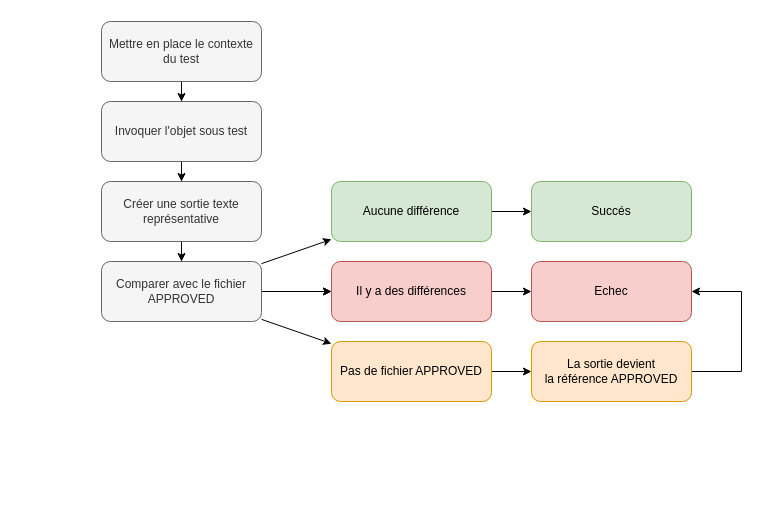
This is page "approval" (8 of 8) of drawio/testability.drawio from Envol2023/refactoring, a draw.io file, before an edit. Source tidied: cells renumbered, new cells numbered last; positions are measured from the earlier drawing's top-left corner, leaving out a move shared by most shapes. Both pictures are drawn from the tidied source at 100%, with x=0, y=0 at pixel (101, 21).
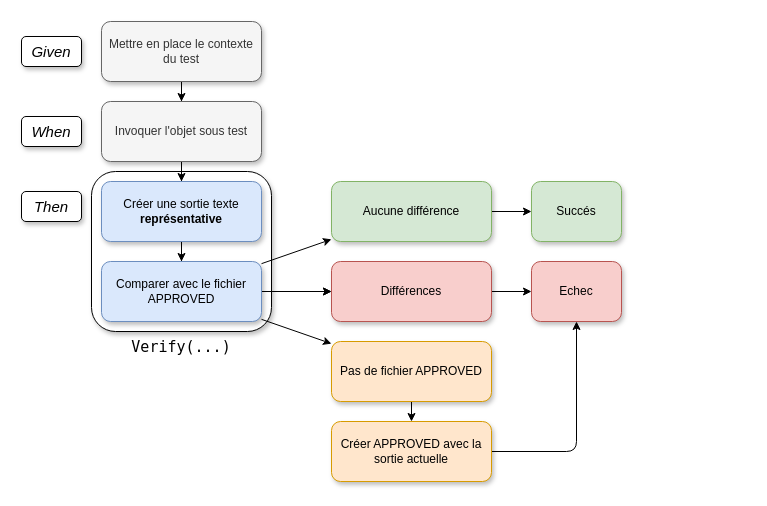
The same diagram, later.

Diff of the diagram source:
```diff
@@
+    <mxCell id="23" value="Verify(...)" style="rounded=1;whiteSpace=wrap;html=1;strokeColor=default;fontFamily=Lucida Console;fontSize=15;fillColor=default;labelPosition=center;verticalLabelPosition=bottom;align=center;verticalAlign=top;shadow=1;" parent="1" vertex="1">
+      <mxGeometry x="-10" y="150" width="180" height="160" as="geometry" />
+    </mxCell>
@@
-    <mxCell id="3" value="Mettre en place le contexte du test" style="rounded=1;whiteSpace=wrap;html=1;fillColor=#f5f5f5;strokeColor=#666666;fontColor=#333333;" parent="1" vertex="1">
+    <mxCell id="3" value="Mettre en place le contexte du test" style="rounded=1;whiteSpace=wrap;html=1;fillColor=#f5f5f5;strokeColor=#666666;fontColor=#333333;shadow=1;" parent="1" vertex="1">
       <mxGeometry width="160" height="60" as="geometry" />
     </mxCell>
@@
-    <mxCell id="5" value="Invoquer l'objet sous test" style="rounded=1;whiteSpace=wrap;html=1;fillColor=#f5f5f5;strokeColor=#666666;fontColor=#333333;" parent="1" vertex="1">
+    <mxCell id="5" value="Invoquer l'objet sous test" style="rounded=1;whiteSpace=wrap;html=1;fillColor=#f5f5f5;strokeColor=#666666;fontColor=#333333;shadow=1;" parent="1" vertex="1">
       <mxGeometry y="80" width="160" height="60" as="geometry" />
     </mxCell>
@@
-    <mxCell id="7" value="Créer une sortie texte représentative" style="rounded=1;whiteSpace=wrap;html=1;fillColor=#f5f5f5;strokeColor=#666666;fontColor=#333333;" parent="1" vertex="1">
+    <mxCell id="7" value="Créer une sortie texte &lt;b&gt;représentative&lt;/b&gt;" style="rounded=1;whiteSpace=wrap;html=1;fillColor=#dae8fc;strokeColor=#6c8ebf;shadow=1;" parent="1" vertex="1">
       <mxGeometry y="160" width="160" height="60" as="geometry" />
     </mxCell>
@@
-    <mxCell id="12" value="Comparer avec le fichier APPROVED" style="rounded=1;whiteSpace=wrap;html=1;fillColor=#f5f5f5;strokeColor=#666666;fontColor=#333333;" parent="1" vertex="1">
+    <mxCell id="12" value="Comparer avec le fichier APPROVED" style="rounded=1;whiteSpace=wrap;html=1;fillColor=#dae8fc;strokeColor=#6c8ebf;shadow=1;" parent="1" vertex="1">
       <mxGeometry y="240" width="160" height="60" as="geometry" />
     </mxCell>
-    <mxCell id="13" style="edgeStyle=none;rounded=0;jettySize=auto;html=1;exitX=1;exitY=0.5;exitDx=0;exitDy=0;" parent="1" edge="1" source="20" target="17">
+    <mxCell id="13" style="edgeStyle=none;rounded=0;jettySize=auto;html=1;" parent="1" edge="1" source="20" target="17">
       <mxGeometry relative="1" as="geometry" />
     </mxCell>
-    <mxCell id="14" value="Echec" style="rounded=1;whiteSpace=wrap;html=1;fillColor=#f8cecc;strokeColor=#b85450;" parent="1" vertex="1">
-      <mxGeometry x="430" y="240" width="160" height="60" as="geometry" />
+    <mxCell id="14" value="Echec" style="rounded=1;whiteSpace=wrap;html=1;fillColor=#f8cecc;strokeColor=#b85450;shadow=1;" parent="1" vertex="1">
+      <mxGeometry x="430" y="240" width="90" height="60" as="geometry" />
     </mxCell>
-    <mxCell id="15" value="Succés" style="rounded=1;whiteSpace=wrap;html=1;fillColor=#d5e8d4;strokeColor=#82b366;" parent="1" vertex="1">
-      <mxGeometry x="430" y="160" width="160" height="60" as="geometry" />
+    <mxCell id="15" value="Succés" style="rounded=1;whiteSpace=wrap;html=1;fillColor=#d5e8d4;strokeColor=#82b366;shadow=1;" parent="1" vertex="1">
+      <mxGeometry x="430" y="160" width="90" height="60" as="geometry" />
     </mxCell>
-    <mxCell id="16" style="edgeStyle=none;rounded=0;jettySize=auto;html=1;" parent="1" edge="1" source="17" target="14">
-      <mxGeometry relative="1" as="geometry">
-        <Array as="points">
-          <mxPoint x="640" y="350" />
-          <mxPoint x="640" y="270" />
-        </Array>
-      </mxGeometry>
+    <mxCell id="16" style="edgeStyle=orthogonalEdgeStyle;rounded=1;jettySize=auto;html=1;fontFamily=Lucida Console;fontSize=15;" parent="1" edge="1" source="17" target="14">
+      <mxGeometry relative="1" as="geometry" />
     </mxCell>
-    <mxCell id="17" value="La sortie devient &lt;br&gt;la référence APPROVED" style="rounded=1;whiteSpace=wrap;html=1;fillColor=#ffe6cc;strokeColor=#d79b00;" parent="1" vertex="1">
-      <mxGeometry x="430" y="320" width="160" height="60" as="geometry" />
+    <mxCell id="17" value="Créer APPROVED avec la sortie actuelle" style="rounded=1;whiteSpace=wrap;html=1;fillColor=#ffe6cc;strokeColor=#d79b00;shadow=1;" parent="1" vertex="1">
+      <mxGeometry x="230" y="400" width="160" height="60" as="geometry" />
     </mxCell>
@@
-    <mxCell id="19" value="Il y a des différences" style="rounded=1;whiteSpace=wrap;html=1;fillColor=#f8cecc;strokeColor=#b85450;" parent="1" vertex="1">
+    <mxCell id="19" value="Différences" style="rounded=1;whiteSpace=wrap;html=1;fillColor=#f8cecc;strokeColor=#b85450;shadow=1;" parent="1" vertex="1">
       <mxGeometry x="230" y="240" width="160" height="60" as="geometry" />
     </mxCell>
-    <mxCell id="20" value="Pas de fichier APPROVED" style="rounded=1;whiteSpace=wrap;html=1;fillColor=#ffe6cc;strokeColor=#d79b00;" parent="1" vertex="1">
+    <mxCell id="20" value="Pas de fichier APPROVED" style="rounded=1;whiteSpace=wrap;html=1;fillColor=#ffe6cc;strokeColor=#d79b00;shadow=1;" parent="1" vertex="1">
       <mxGeometry x="230" y="320" width="160" height="60" as="geometry" />
     </mxCell>
@@
-    <mxCell id="22" value="Aucune différence" style="rounded=1;whiteSpace=wrap;html=1;fillColor=#d5e8d4;strokeColor=#82b366;" parent="1" vertex="1">
+    <mxCell id="22" value="Aucune différence" style="rounded=1;whiteSpace=wrap;html=1;fillColor=#d5e8d4;strokeColor=#82b366;shadow=1;" parent="1" vertex="1">
       <mxGeometry x="230" y="160" width="160" height="60" as="geometry" />
     </mxCell>
+    <mxCell id="24" value="Given" style="text;html=1;align=center;verticalAlign=middle;whiteSpace=wrap;rounded=1;fontSize=15;fontStyle=2;strokeColor=default;fillColor=default;shadow=1;" parent="1" vertex="1">
+      <mxGeometry x="-80" y="15" width="60" height="30" as="geometry" />
+    </mxCell>
+    <mxCell id="25" value="When" style="text;html=1;align=center;verticalAlign=middle;whiteSpace=wrap;rounded=1;fontSize=15;fontStyle=2;strokeColor=default;fillColor=default;shadow=1;" parent="1" vertex="1">
+      <mxGeometry x="-80" y="95" width="60" height="30" as="geometry" />
+    </mxCell>
+    <mxCell id="26" value="Then" style="text;html=1;align=center;verticalAlign=middle;whiteSpace=wrap;rounded=1;fontSize=15;fontStyle=2;strokeColor=default;fillColor=default;shadow=1;" parent="1" vertex="1">
+      <mxGeometry x="-80" y="170" width="60" height="30" as="geometry" />
+    </mxCell>
```
